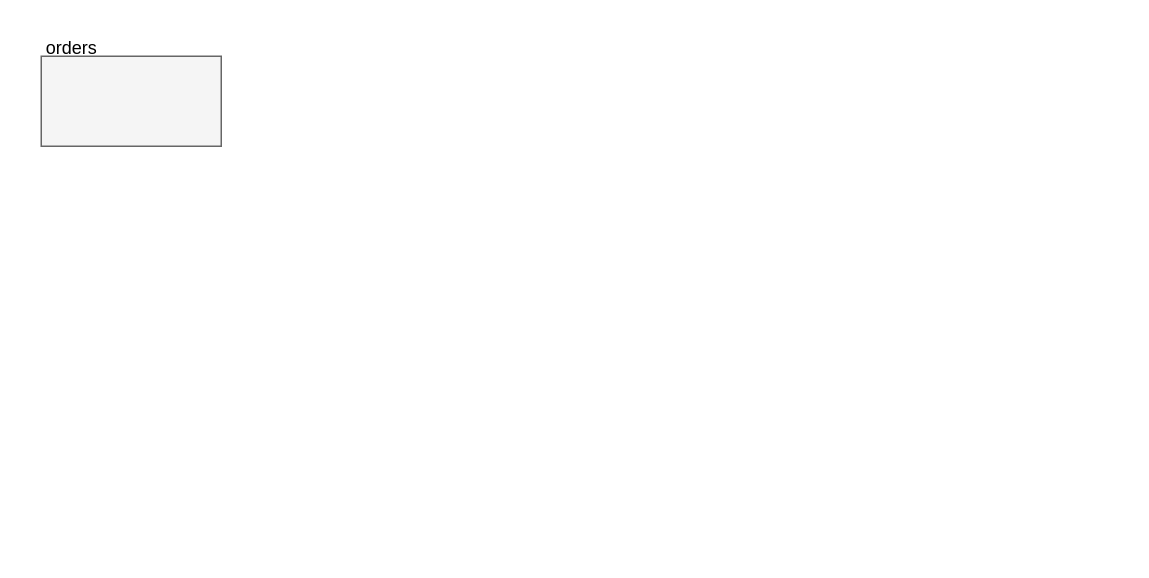
Earlier version of the draw.io diagram BalqaimaqCRM.drawio (aldick/crm). Source tidied: cells renumbered, new cells numbered last; positions are measured from the earlier drawing's top-left corner, leaving out a move shared by most shapes. Both pictures are drawn from the tidied source at 150%, with x=0, y=0 at pixel (26, 26).
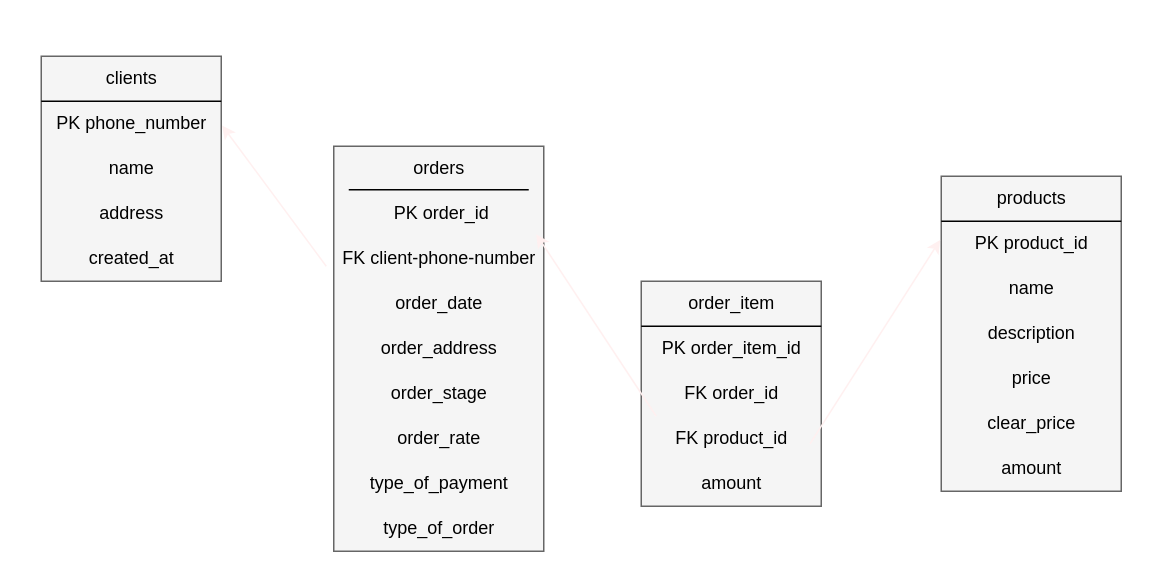
Above is the later version.

What changed in the source:
```diff
@@
     <mxCell id="2" style="rounded=0;whiteSpace=wrap;html=1;fillColor=#f5f5f5;strokeColor=#666666;fontColor=#333333;" parent="1" vertex="1">
-      <mxGeometry x="10" y="20" width="120" height="60" as="geometry" />
+      <mxGeometry x="10" y="20" width="120" height="150" as="geometry" />
     </mxCell>
-    <mxCell id="3" value="orders" style="text;html=1;align=center;verticalAlign=middle;strokeColor=none;fillColor=none;" parent="1" vertex="1">
-      <mxGeometry width="60" height="30" as="geometry" />
+    <mxCell id="3" value="clients" style="text;html=1;align=center;verticalAlign=middle;fontColor=#000000;" parent="1" vertex="1">
+      <mxGeometry x="40" y="20" width="60" height="30" as="geometry" />
     </mxCell>
+    <mxCell id="4" style="endArrow=none;html=1;fontColor=#000000;strokeColor=#000000;" parent="1" edge="1">
+      <mxGeometry relative="1" as="geometry">
+        <mxPoint x="10" y="50" as="sourcePoint" />
+        <mxPoint x="130" y="50" as="targetPoint" />
+      </mxGeometry>
+    </mxCell>
+    <mxCell id="5" value="PK phone_number" style="text;html=1;align=center;verticalAlign=middle;points=[];fontColor=#000000;" parent="1" vertex="1">
+      <mxGeometry x="10" y="50" width="120" height="30" as="geometry" />
+    </mxCell>
+    <mxCell id="6" value="name" style="text;html=1;align=center;verticalAlign=middle;fontColor=#000000;" parent="1" vertex="1">
+      <mxGeometry x="45" y="80" width="50" height="30" as="geometry" />
+    </mxCell>
+    <mxCell id="7" value="address" style="text;html=1;align=center;verticalAlign=middle;fontColor=#000000;" parent="1" vertex="1">
+      <mxGeometry x="35" y="110" width="70" height="30" as="geometry" />
+    </mxCell>
+    <mxCell id="8" value="created_at" style="text;html=1;align=center;verticalAlign=middle;fontColor=#000000;" parent="1" vertex="1">
+      <mxGeometry x="30" y="140" width="80" height="30" as="geometry" />
+    </mxCell>
+    <mxCell id="9" style="rounded=0;whiteSpace=wrap;html=1;fillColor=#f5f5f5;strokeColor=#666666;fontColor=#333333;" parent="1" vertex="1">
+      <mxGeometry x="610" y="100" width="120" height="210" as="geometry" />
+    </mxCell>
+    <mxCell id="10" value="products" style="text;html=1;align=center;verticalAlign=middle;fontColor=#000000;" parent="1" vertex="1">
+      <mxGeometry x="635" y="100" width="70" height="30" as="geometry" />
+    </mxCell>
+    <mxCell id="11" style="endArrow=none;html=1;fontColor=#000000;strokeColor=#000000;" parent="1" edge="1">
+      <mxGeometry relative="1" as="geometry">
+        <mxPoint x="610" y="130" as="sourcePoint" />
+        <mxPoint x="730" y="130" as="targetPoint" />
+      </mxGeometry>
+    </mxCell>
+    <mxCell id="12" value="PK product_id" style="text;html=1;align=center;verticalAlign=middle;fontColor=#000000;" parent="1" vertex="1">
+      <mxGeometry x="620" y="130" width="100" height="30" as="geometry" />
+    </mxCell>
+    <mxCell id="13" value="name" style="text;html=1;align=center;verticalAlign=middle;fontColor=#000000;" parent="1" vertex="1">
+      <mxGeometry x="645" y="160" width="50" height="30" as="geometry" />
+    </mxCell>
+    <mxCell id="14" value="description" style="text;html=1;align=center;verticalAlign=middle;fontColor=#000000;" parent="1" vertex="1">
+      <mxGeometry x="630" y="190" width="80" height="30" as="geometry" />
+    </mxCell>
+    <mxCell id="15" value="price" style="text;html=1;align=center;verticalAlign=middle;fontColor=#000000;" parent="1" vertex="1">
+      <mxGeometry x="645" y="220" width="50" height="30" as="geometry" />
+    </mxCell>
+    <mxCell id="16" value="amount" style="text;html=1;align=center;verticalAlign=middle;fontColor=#000000;" parent="1" vertex="1">
+      <mxGeometry x="640" y="280" width="60" height="30" as="geometry" />
+    </mxCell>
+    <mxCell id="17" style="rounded=0;whiteSpace=wrap;html=1;fillColor=#f5f5f5;strokeColor=#666666;fontColor=#333333;" parent="1" vertex="1">
+      <mxGeometry x="205" y="80" width="140" height="270" as="geometry" />
+    </mxCell>
+    <mxCell id="18" value="orders" style="text;html=1;align=center;verticalAlign=middle;fontColor=#000000;" parent="1" vertex="1">
+      <mxGeometry x="245" y="80" width="60" height="30" as="geometry" />
+    </mxCell>
+    <mxCell id="19" style="endArrow=none;html=1;fontColor=#000000;strokeColor=#000000;" parent="1" edge="1">
+      <mxGeometry relative="1" as="geometry">
+        <mxPoint x="215" y="109" as="sourcePoint" />
+        <mxPoint x="335" y="109" as="targetPoint" />
+      </mxGeometry>
+    </mxCell>
+    <mxCell id="20" value="&amp;nbsp;PK order_id" style="text;html=1;align=center;verticalAlign=middle;fontColor=#000000;" parent="1" vertex="1">
+      <mxGeometry x="230" y="110" width="90" height="30" as="geometry" />
+    </mxCell>
+    <mxCell id="21" style="edgeStyle=none;html=1;entryX=1.005;entryY=0.539;entryDx=0;entryDy=0;entryPerimeter=0;strokeColor=#FFF0F0;fontColor=#000000;" parent="1" edge="1" target="5">
+      <mxGeometry relative="1" as="geometry">
+        <mxPoint x="200" y="160" as="sourcePoint" />
+      </mxGeometry>
+    </mxCell>
+    <mxCell id="22" value="FK client-phone-number" style="text;html=1;align=center;verticalAlign=middle;fontColor=#000000;" parent="1" vertex="1">
+      <mxGeometry x="200" y="140" width="150" height="30" as="geometry" />
+    </mxCell>
+    <mxCell id="23" value="order_date" style="text;html=1;align=center;verticalAlign=middle;fontColor=#000000;" parent="1" vertex="1">
+      <mxGeometry x="235" y="170" width="80" height="30" as="geometry" />
+    </mxCell>
+    <mxCell id="24" style="rounded=0;whiteSpace=wrap;html=1;fillColor=#f5f5f5;strokeColor=#666666;fontColor=#333333;" parent="1" vertex="1">
+      <mxGeometry x="410" y="170" width="120" height="150" as="geometry" />
+    </mxCell>
+    <mxCell id="25" value="order_item" style="text;html=1;align=center;verticalAlign=middle;fontColor=#000000;" parent="1" vertex="1">
+      <mxGeometry x="430" y="170" width="80" height="30" as="geometry" />
+    </mxCell>
+    <mxCell id="26" style="endArrow=none;html=1;fontColor=#000000;strokeColor=#000000;" parent="1" edge="1">
+      <mxGeometry relative="1" as="geometry">
+        <mxPoint x="410" y="200" as="sourcePoint" />
+        <mxPoint x="530" y="200" as="targetPoint" />
+      </mxGeometry>
+    </mxCell>
+    <mxCell id="27" value="PK order_item_id" style="text;html=1;align=center;verticalAlign=middle;fontColor=#000000;" parent="1" vertex="1">
+      <mxGeometry x="410" y="200" width="120" height="30" as="geometry" />
+    </mxCell>
+    <mxCell id="28" style="edgeStyle=none;html=1;entryX=0.964;entryY=0.217;entryDx=0;entryDy=0;entryPerimeter=0;strokeColor=#FFF0F0;fontColor=#000000;" parent="1" edge="1" target="17">
+      <mxGeometry relative="1" as="geometry">
+        <mxPoint x="420" y="260" as="sourcePoint" />
+      </mxGeometry>
+    </mxCell>
+    <mxCell id="29" value="FK order_id" style="text;html=1;align=center;verticalAlign=middle;fontColor=#000000;" parent="1" vertex="1">
+      <mxGeometry x="425" y="230" width="90" height="30" as="geometry" />
+    </mxCell>
+    <mxCell id="30" style="edgeStyle=none;html=1;entryX=-0.006;entryY=0.202;entryDx=0;entryDy=0;entryPerimeter=0;strokeColor=#FFF0F0;fontColor=#000000;exitX=1.025;exitY=0.612;exitDx=0;exitDy=0;exitPerimeter=0;" parent="1" edge="1" source="31" target="9">
+      <mxGeometry relative="1" as="geometry" />
+    </mxCell>
+    <mxCell id="31" value="FK product_id" style="text;html=1;align=center;verticalAlign=middle;points=[];fontColor=#000000;" parent="1" vertex="1">
+      <mxGeometry x="420" y="260" width="100" height="30" as="geometry" />
+    </mxCell>
+    <mxCell id="32" value="amount" style="text;html=1;align=center;verticalAlign=middle;fontColor=#000000;" parent="1" vertex="1">
+      <mxGeometry x="440" y="290" width="60" height="30" as="geometry" />
+    </mxCell>
+    <mxCell id="33" value="clear_price" style="text;html=1;align=center;verticalAlign=middle;fontColor=#000000;" parent="1" vertex="1">
+      <mxGeometry x="630" y="250" width="80" height="30" as="geometry" />
+    </mxCell>
+    <mxCell id="34" value="type_of_payment" style="text;html=1;align=center;verticalAlign=middle;fontColor=#000000;" parent="1" vertex="1">
+      <mxGeometry x="215" y="290" width="120" height="30" as="geometry" />
+    </mxCell>
+    <mxCell id="35" value="order_address" style="text;html=1;align=center;verticalAlign=middle;fontColor=#000000;" parent="1" vertex="1">
+      <mxGeometry x="225" y="200" width="100" height="30" as="geometry" />
+    </mxCell>
+    <mxCell id="36" value="order_stage" style="text;html=1;align=center;verticalAlign=middle;fontColor=#000000;" parent="1" vertex="1">
+      <mxGeometry x="230" y="230" width="90" height="30" as="geometry" />
+    </mxCell>
+    <mxCell id="37" value="order_rate" style="text;html=1;align=center;verticalAlign=middle;fontColor=#000000;" parent="1" vertex="1">
+      <mxGeometry x="235" y="260" width="80" height="30" as="geometry" />
+    </mxCell>
+    <mxCell id="38" value="type_of_order" style="text;html=1;align=center;verticalAlign=middle;fontColor=#000000;" parent="1" vertex="1">
+      <mxGeometry x="225" y="320" width="100" height="30" as="geometry" />
+    </mxCell>
```
